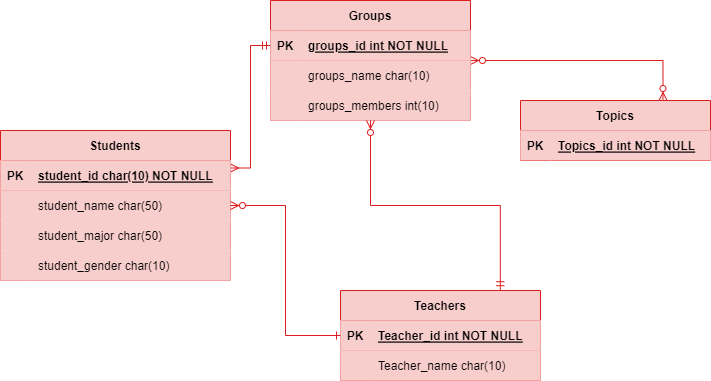
This is HW1.png from HSULW/Database, a draw.io export, as it was before one commit. Source tidied: cells renumbered, new cells last; positions are measured from the earlier drawing's top-left corner, leaving out a move shared by most shapes. The source it was exported from:
```xml
<mxGraphModel>
  <root>
    <mxCell id="0" />
    <mxCell id="1" parent="0" />
    <mxCell id="2" style="edgeStyle=orthogonalEdgeStyle;rounded=0;jettySize=auto;html=1;exitX=1;exitY=0.25;exitDx=0;exitDy=0;entryX=0;entryY=0.5;entryDx=0;entryDy=0;startArrow=ERmany;startFill=0;endArrow=ERmandOne;endFill=0;strokeColor=#dd1d1d;" parent="1" edge="1" source="3" target="18">
      <mxGeometry relative="1" as="geometry" />
    </mxCell>
    <mxCell id="3" value="Students" style="shape=table;startSize=30;rowLines=0;fontStyle=1;align=center;swimlaneFillColor=none;fillColor=#f8cecc;strokeColor=#dd1d1d;" parent="1" vertex="1">
      <mxGeometry y="130" width="230" height="150" as="geometry" />
    </mxCell>
    <mxCell id="4" style="shape=tableRow;horizontal=0;startSize=0;swimlaneHead=0;swimlaneBody=0;top=0;left=0;right=0;bottom=1;swimlaneFillColor=none;fillColor=#f8cecc;strokeColor=#dd1d1d;" parent="3" vertex="1">
      <mxGeometry y="30" width="230" height="30" as="geometry" />
    </mxCell>
    <mxCell id="5" value="PK" style="shape=partialRectangle;overflow=hidden;top=0;left=0;bottom=0;right=0;fontStyle=1;swimlaneFillColor=none;fillColor=#f8cecc;strokeColor=#dd1d1d;" parent="4" vertex="1">
      <mxGeometry width="30" height="30" as="geometry" />
    </mxCell>
    <mxCell id="6" value="student_id char(10) NOT NULL " style="shape=partialRectangle;overflow=hidden;align=left;top=0;left=0;bottom=0;right=0;spacingLeft=6;fontStyle=5;swimlaneFillColor=none;fillColor=#f8cecc;strokeColor=#dd1d1d;" parent="4" vertex="1">
      <mxGeometry x="30" width="200" height="30" as="geometry" />
    </mxCell>
    <mxCell id="7" style="shape=tableRow;horizontal=0;startSize=0;swimlaneHead=0;swimlaneBody=0;top=0;left=0;right=0;bottom=0;swimlaneFillColor=none;fillColor=#f8cecc;strokeColor=#dd1d1d;" parent="3" vertex="1">
      <mxGeometry y="60" width="230" height="30" as="geometry" />
    </mxCell>
    <mxCell id="8" style="shape=partialRectangle;overflow=hidden;top=0;left=0;bottom=0;right=0;swimlaneFillColor=none;fillColor=#f8cecc;strokeColor=#dd1d1d;" parent="7" vertex="1">
      <mxGeometry width="30" height="30" as="geometry" />
    </mxCell>
    <mxCell id="9" value="student_name char(50)" style="shape=partialRectangle;overflow=hidden;align=left;top=0;left=0;bottom=0;right=0;spacingLeft=6;swimlaneFillColor=none;fillColor=#f8cecc;strokeColor=#dd1d1d;" parent="7" vertex="1">
      <mxGeometry x="30" width="200" height="30" as="geometry" />
    </mxCell>
    <mxCell id="10" style="shape=tableRow;horizontal=0;startSize=0;swimlaneHead=0;swimlaneBody=0;top=0;left=0;right=0;bottom=0;swimlaneFillColor=none;fillColor=#f8cecc;strokeColor=#dd1d1d;" parent="3" vertex="1">
      <mxGeometry y="90" width="230" height="30" as="geometry" />
    </mxCell>
    <mxCell id="11" style="shape=partialRectangle;overflow=hidden;top=0;left=0;bottom=0;right=0;swimlaneFillColor=none;fillColor=#f8cecc;strokeColor=#dd1d1d;" parent="10" vertex="1">
      <mxGeometry width="30" height="30" as="geometry" />
    </mxCell>
    <mxCell id="12" value="student_major char(50)" style="shape=partialRectangle;overflow=hidden;align=left;top=0;left=0;bottom=0;right=0;spacingLeft=6;swimlaneFillColor=none;fillColor=#f8cecc;strokeColor=#dd1d1d;" parent="10" vertex="1">
      <mxGeometry x="30" width="200" height="30" as="geometry" />
    </mxCell>
    <mxCell id="13" style="shape=tableRow;horizontal=0;startSize=0;swimlaneHead=0;swimlaneBody=0;top=0;left=0;right=0;bottom=0;swimlaneFillColor=none;fillColor=#f8cecc;strokeColor=#dd1d1d;" parent="3" vertex="1">
      <mxGeometry y="120" width="230" height="30" as="geometry" />
    </mxCell>
    <mxCell id="14" style="shape=partialRectangle;overflow=hidden;top=0;left=0;bottom=0;right=0;swimlaneFillColor=none;fillColor=#f8cecc;strokeColor=#dd1d1d;" parent="13" vertex="1">
      <mxGeometry width="30" height="30" as="geometry" />
    </mxCell>
    <mxCell id="15" value="student_gender char(10)" style="shape=partialRectangle;overflow=hidden;align=left;top=0;left=0;bottom=0;right=0;spacingLeft=6;swimlaneFillColor=none;fillColor=#f8cecc;strokeColor=#dd1d1d;" parent="13" vertex="1">
      <mxGeometry x="30" width="200" height="30" as="geometry" />
    </mxCell>
    <mxCell id="16" style="edgeStyle=orthogonalEdgeStyle;rounded=0;jettySize=auto;html=1;entryX=0.75;entryY=0;entryDx=0;entryDy=0;startArrow=ERzeroToMany;startFill=0;endArrow=ERzeroToMany;endFill=0;strokeColor=#dd1d1d;" parent="1" edge="1" source="17" target="34">
      <mxGeometry relative="1" as="geometry" />
    </mxCell>
    <mxCell id="17" value="Groups" style="shape=table;startSize=30;rowLines=0;fontStyle=1;align=center;swimlaneFillColor=none;fillColor=#f8cecc;strokeColor=#dd1d1d;" parent="1" vertex="1">
      <mxGeometry x="270" width="200" height="120" as="geometry" />
    </mxCell>
    <mxCell id="18" style="shape=tableRow;horizontal=0;startSize=0;swimlaneHead=0;swimlaneBody=0;points=[[0,0.5],[1,0.5]];portConstraint=eastwest;top=0;left=0;right=0;bottom=1;swimlaneFillColor=none;fillColor=#f8cecc;strokeColor=#dd1d1d;" parent="17" vertex="1">
      <mxGeometry y="30" width="200" height="30" as="geometry" />
    </mxCell>
    <mxCell id="19" value="PK" style="shape=partialRectangle;overflow=hidden;top=0;left=0;bottom=0;right=0;fontStyle=1;swimlaneFillColor=none;fillColor=#f8cecc;strokeColor=#dd1d1d;" parent="18" vertex="1">
      <mxGeometry width="30" height="30" as="geometry" />
    </mxCell>
    <mxCell id="20" value="groups_id int NOT NULL " style="shape=partialRectangle;overflow=hidden;align=left;top=0;left=0;bottom=0;right=0;spacingLeft=6;fontStyle=5;swimlaneFillColor=none;fillColor=#f8cecc;strokeColor=#dd1d1d;" parent="18" vertex="1">
      <mxGeometry x="30" width="170" height="30" as="geometry" />
    </mxCell>
    <mxCell id="21" style="shape=tableRow;horizontal=0;startSize=0;swimlaneHead=0;swimlaneBody=0;top=0;left=0;right=0;bottom=0;swimlaneFillColor=none;fillColor=#f8cecc;strokeColor=#dd1d1d;" parent="17" vertex="1">
      <mxGeometry y="60" width="200" height="30" as="geometry" />
    </mxCell>
    <mxCell id="22" style="shape=partialRectangle;overflow=hidden;top=0;left=0;bottom=0;right=0;swimlaneFillColor=none;fillColor=#f8cecc;strokeColor=#dd1d1d;" parent="21" vertex="1">
      <mxGeometry width="30" height="30" as="geometry" />
    </mxCell>
    <mxCell id="23" value="groups_name char(10)" style="shape=partialRectangle;overflow=hidden;align=left;top=0;left=0;bottom=0;right=0;spacingLeft=6;swimlaneFillColor=none;fillColor=#f8cecc;strokeColor=#dd1d1d;" parent="21" vertex="1">
      <mxGeometry x="30" width="170" height="30" as="geometry" />
    </mxCell>
    <mxCell id="24" style="shape=tableRow;horizontal=0;startSize=0;swimlaneHead=0;swimlaneBody=0;top=0;left=0;right=0;bottom=0;swimlaneFillColor=none;fillColor=#f8cecc;strokeColor=#dd1d1d;" parent="17" vertex="1">
      <mxGeometry y="90" width="200" height="30" as="geometry" />
    </mxCell>
    <mxCell id="25" style="shape=partialRectangle;overflow=hidden;top=0;left=0;bottom=0;right=0;swimlaneFillColor=none;fillColor=#f8cecc;strokeColor=#dd1d1d;" parent="24" vertex="1">
      <mxGeometry width="30" height="30" as="geometry" />
    </mxCell>
    <mxCell id="26" value="groups_members int(10)" style="shape=partialRectangle;overflow=hidden;align=left;top=0;left=0;bottom=0;right=0;spacingLeft=6;swimlaneFillColor=none;fillColor=#f8cecc;strokeColor=#dd1d1d;" parent="24" vertex="1">
      <mxGeometry x="30" width="170" height="30" as="geometry" />
    </mxCell>
    <mxCell id="27" value="Teachers" style="shape=table;startSize=30;rowLines=0;fontStyle=1;align=center;swimlaneFillColor=none;fillColor=#f8cecc;strokeColor=#dd1d1d;" parent="1" vertex="1">
      <mxGeometry x="340" y="290" width="200" height="90" as="geometry" />
    </mxCell>
    <mxCell id="28" style="shape=tableRow;horizontal=0;startSize=0;swimlaneHead=0;swimlaneBody=0;points=[[0,0.5],[1,0.5]];portConstraint=eastwest;top=0;left=0;right=0;bottom=1;swimlaneFillColor=none;fillColor=#f8cecc;strokeColor=#dd1d1d;" parent="27" vertex="1">
      <mxGeometry y="30" width="200" height="30" as="geometry" />
    </mxCell>
    <mxCell id="29" value="PK" style="shape=partialRectangle;overflow=hidden;top=0;left=0;bottom=0;right=0;fontStyle=1;swimlaneFillColor=none;fillColor=#f8cecc;strokeColor=#dd1d1d;" parent="28" vertex="1">
      <mxGeometry width="30" height="30" as="geometry" />
    </mxCell>
    <mxCell id="30" value="Teacher_id int NOT NULL " style="shape=partialRectangle;overflow=hidden;align=left;top=0;left=0;bottom=0;right=0;spacingLeft=6;fontStyle=5;swimlaneFillColor=none;fillColor=#f8cecc;strokeColor=#dd1d1d;" parent="28" vertex="1">
      <mxGeometry x="30" width="170" height="30" as="geometry" />
    </mxCell>
    <mxCell id="31" style="shape=tableRow;horizontal=0;startSize=0;swimlaneHead=0;swimlaneBody=0;top=0;left=0;right=0;bottom=0;swimlaneFillColor=none;fillColor=#f8cecc;strokeColor=#dd1d1d;" parent="27" vertex="1">
      <mxGeometry y="60" width="200" height="30" as="geometry" />
    </mxCell>
    <mxCell id="32" style="shape=partialRectangle;overflow=hidden;top=0;left=0;bottom=0;right=0;swimlaneFillColor=none;fillColor=#f8cecc;strokeColor=#dd1d1d;" parent="31" vertex="1">
      <mxGeometry width="30" height="30" as="geometry" />
    </mxCell>
    <mxCell id="33" value="Teacher_name char(10)" style="shape=partialRectangle;overflow=hidden;align=left;top=0;left=0;bottom=0;right=0;spacingLeft=6;swimlaneFillColor=none;fillColor=#f8cecc;strokeColor=#dd1d1d;" parent="31" vertex="1">
      <mxGeometry x="30" width="170" height="30" as="geometry" />
    </mxCell>
    <mxCell id="34" value="Topics" style="shape=table;startSize=30;rowLines=0;fontStyle=1;align=center;swimlaneFillColor=none;fillColor=#f8cecc;strokeColor=#dd1d1d;" parent="1" vertex="1">
      <mxGeometry x="520" y="100" width="190" height="60" as="geometry" />
    </mxCell>
    <mxCell id="35" style="shape=tableRow;horizontal=0;startSize=0;swimlaneHead=0;swimlaneBody=0;top=0;left=0;right=0;bottom=1;swimlaneFillColor=none;fillColor=#f8cecc;strokeColor=#dd1d1d;" parent="34" vertex="1">
      <mxGeometry y="30" width="190" height="30" as="geometry" />
    </mxCell>
    <mxCell id="36" value="PK" style="shape=partialRectangle;overflow=hidden;top=0;left=0;bottom=0;right=0;fontStyle=1;swimlaneFillColor=none;fillColor=#f8cecc;strokeColor=#dd1d1d;" parent="35" vertex="1">
      <mxGeometry width="30" height="30" as="geometry" />
    </mxCell>
    <mxCell id="37" value="Topics_id int NOT NULL " style="shape=partialRectangle;overflow=hidden;align=left;top=0;left=0;bottom=0;right=0;spacingLeft=6;fontStyle=5;swimlaneFillColor=none;fillColor=#f8cecc;strokeColor=#dd1d1d;" parent="35" vertex="1">
      <mxGeometry x="30" width="160" height="30" as="geometry" />
    </mxCell>
    <mxCell id="38" style="edgeStyle=orthogonalEdgeStyle;rounded=0;jettySize=auto;html=1;exitX=0;exitY=0.5;exitDx=0;exitDy=0;entryX=1;entryY=0.5;entryDx=0;entryDy=0;startArrow=ERone;startFill=0;endArrow=ERzeroToMany;endFill=0;strokeColor=#dd1d1d;" parent="1" edge="1" source="28" target="3">
      <mxGeometry relative="1" as="geometry" />
    </mxCell>
    <mxCell id="39" style="edgeStyle=orthogonalEdgeStyle;rounded=0;jettySize=auto;html=1;exitX=0.5;exitY=1;exitDx=0;exitDy=0;entryX=0.799;entryY=-0.009;entryDx=0;entryDy=0;entryPerimeter=0;startArrow=ERzeroToMany;startFill=0;endArrow=ERmandOne;endFill=0;strokeColor=#dd1d1d;" parent="1" edge="1" source="17" target="27">
      <mxGeometry relative="1" as="geometry" />
    </mxCell>
  </root>
</mxGraphModel>
```
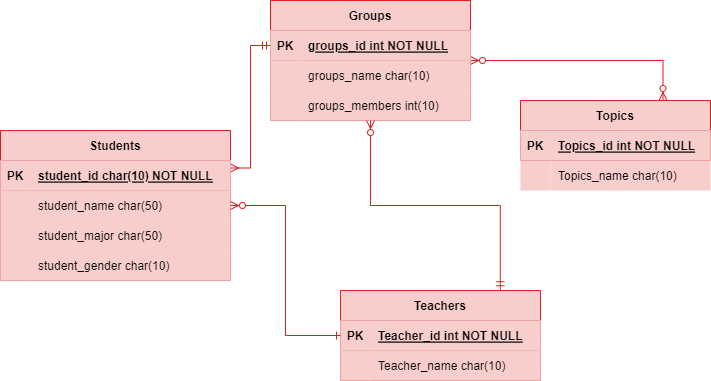
Above is the later version.

Diff of the diagram source:
```diff
@@ -116,5 +116,11 @@
     <mxCell id="39" style="edgeStyle=orthogonalEdgeStyle;rounded=0;jettySize=auto;html=1;exitX=0.5;exitY=1;exitDx=0;exitDy=0;entryX=0.799;entryY=-0.009;entryDx=0;entryDy=0;entryPerimeter=0;startArrow=ERzeroToMany;startFill=0;endArrow=ERmandOne;endFill=0;strokeColor=#dd1d1d;" parent="1" edge="1" source="17" target="27">
       <mxGeometry relative="1" as="geometry" />
     </mxCell>
+    <mxCell id="40" value="Topics_name char(10)" style="shape=partialRectangle;overflow=hidden;align=left;top=0;left=0;bottom=0;right=0;spacingLeft=6;fontStyle=0;swimlaneFillColor=none;fillColor=#f8cecc;strokeColor=#dd1d1d;" parent="1" vertex="1">
+      <mxGeometry x="550" y="160" width="160" height="30" as="geometry" />
+    </mxCell>
+    <mxCell id="41" style="shape=partialRectangle;overflow=hidden;top=0;left=0;bottom=0;right=0;fontStyle=1;swimlaneFillColor=none;fillColor=#f8cecc;strokeColor=#dd1d1d;" parent="1" vertex="1">
+      <mxGeometry x="520" y="160" width="30" height="30" as="geometry" />
+    </mxCell>
   </root>
 </mxGraphModel>
```
